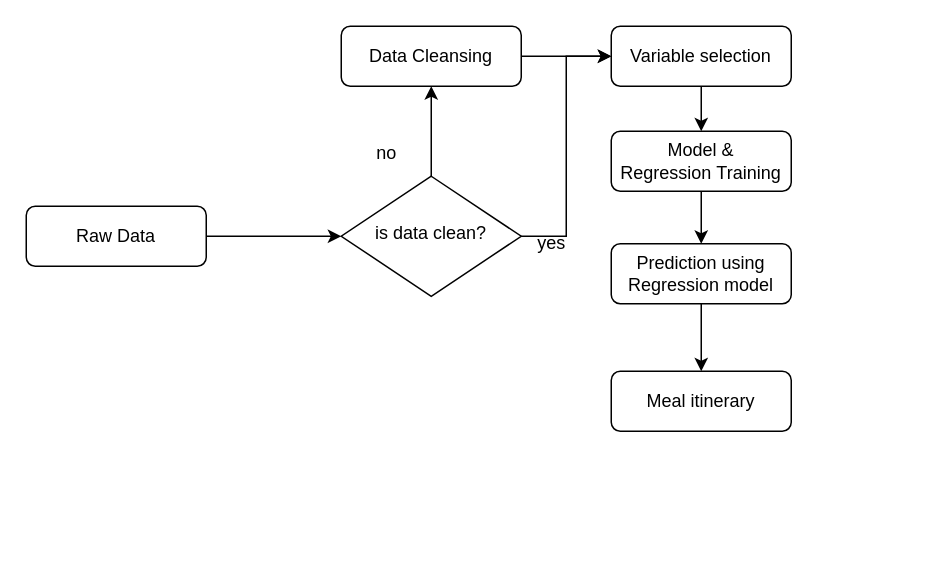
Earlier version of the draw.io diagram Untitled Diagram.drawio (R121-NO-1/R121-NO-1). Source tidied: cells renumbered, new cells numbered last; positions are measured from the earlier drawing's top-left corner, leaving out a move shared by most shapes. Both pictures are drawn from the tidied source at 150%, with x=0, y=0 at pixel (26, 26).
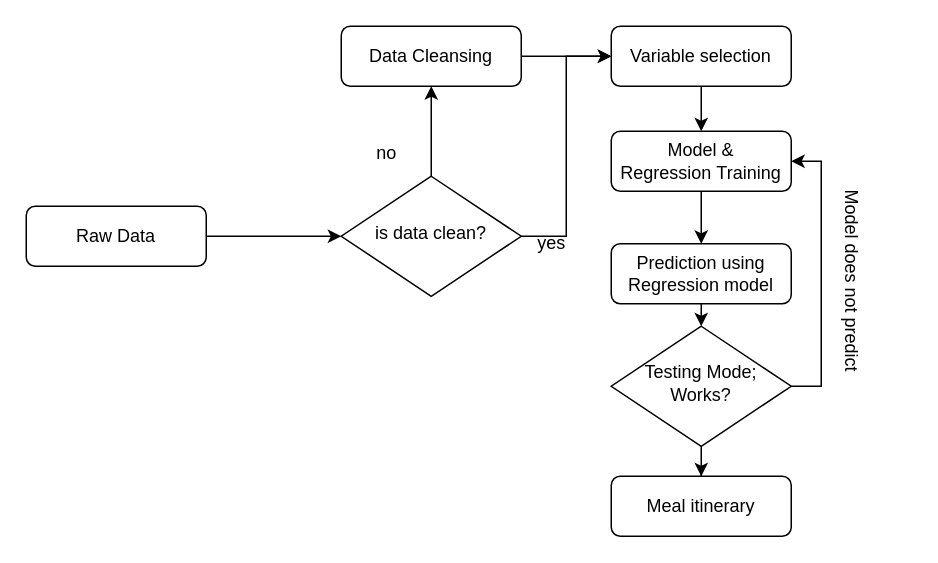
The same diagram, later.

The change refers to these unchanged cells:
```xml
<mxCell id="12" value="Model &amp;amp; Regression&amp;nbsp;Training " style="rounded=1;whiteSpace=wrap;html=1;fontSize=12;glass=0;strokeWidth=1;shadow=0;" parent="1" vertex="1">
  <mxGeometry x="390" y="70" width="120" height="40" as="geometry" />
</mxCell>
<mxCell id="14" value="Prediction using Regression model" style="rounded=1;whiteSpace=wrap;html=1;fontSize=12;glass=0;strokeWidth=1;shadow=0;" parent="1" vertex="1">
  <mxGeometry x="390" y="145" width="120" height="40" as="geometry" />
</mxCell>
```

Change to the diagram source:
```diff
@@
-    <mxCell id="13" style="edgeStyle=orthogonalEdgeStyle;rounded=0;jettySize=auto;html=1;entryX=0.5;entryY=0;entryDx=0;entryDy=0;" parent="1" edge="1" source="14" target="15">
-      <mxGeometry relative="1" as="geometry" />
-    </mxCell>
+    <mxCell id="18" style="edgeStyle=orthogonalEdgeStyle;rounded=0;jettySize=auto;html=1;exitX=0.5;exitY=1;exitDx=0;exitDy=0;entryX=0.5;entryY=0;entryDx=0;entryDy=0;" parent="1" edge="1" source="14" target="21">
+      <mxGeometry relative="1" as="geometry" />
+    </mxCell>
@@
     <mxCell id="15" value="Meal itinerary" style="rounded=1;whiteSpace=wrap;html=1;fontSize=12;glass=0;strokeWidth=1;shadow=0;" parent="1" vertex="1">
-      <mxGeometry x="390" y="230" width="120" height="40" as="geometry" />
+      <mxGeometry x="390" y="300" width="120" height="40" as="geometry" />
     </mxCell>
@@
+    <mxCell id="19" style="edgeStyle=orthogonalEdgeStyle;rounded=0;jettySize=auto;html=1;exitX=0.5;exitY=1;exitDx=0;exitDy=0;" parent="1" edge="1" source="21" target="15">
+      <mxGeometry relative="1" as="geometry" />
+    </mxCell>
+    <mxCell id="20" style="edgeStyle=orthogonalEdgeStyle;rounded=0;jettySize=auto;html=1;entryX=1;entryY=0.5;entryDx=0;entryDy=0;" parent="1" edge="1" source="21" target="12">
+      <mxGeometry relative="1" as="geometry">
+        <Array as="points">
+          <mxPoint x="530" y="240" />
+          <mxPoint x="530" y="90" />
+        </Array>
+      </mxGeometry>
+    </mxCell>
+    <mxCell id="21" value="&lt;div&gt;Testing Mode;&lt;/div&gt;&lt;div&gt;Works?&lt;br&gt;&lt;/div&gt;" style="rhombus;whiteSpace=wrap;html=1;shadow=0;fontFamily=Helvetica;fontSize=12;align=center;strokeWidth=1;spacing=6;spacingTop=-4;" parent="1" vertex="1">
+      <mxGeometry x="390" y="200" width="120" height="80" as="geometry" />
+    </mxCell>
+    <mxCell id="22" value="Model does not predict" style="text;html=1;whiteSpace=wrap;strokeColor=none;fillColor=none;align=center;verticalAlign=middle;rounded=0;rotation=90;" parent="1" vertex="1">
+      <mxGeometry x="480" y="130" width="140" height="80" as="geometry" />
+    </mxCell>
```
